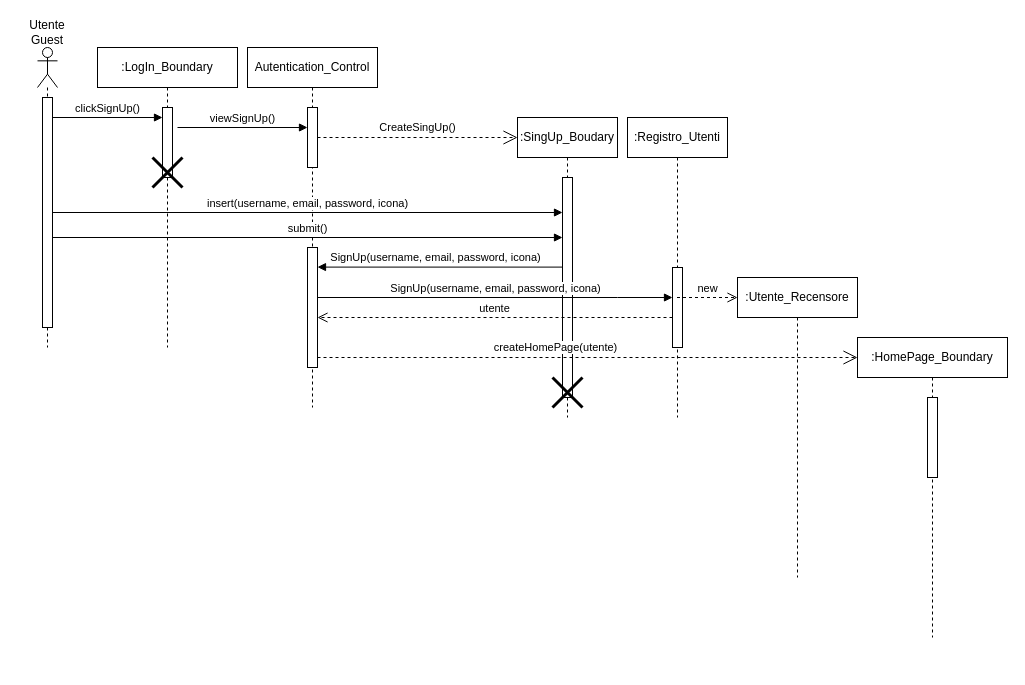
Earlier version of the draw.io diagram New Diagrams/Sequence Diagrams/UC07 SignUp.drawio (superfra01/Rated). Source tidied: cells renumbered, new cells numbered last; positions are measured from the earlier drawing's top-left corner, leaving out a move shared by most shapes. Both pictures are drawn from the tidied source at 100%, with x=0, y=0 at pixel (17, 17).
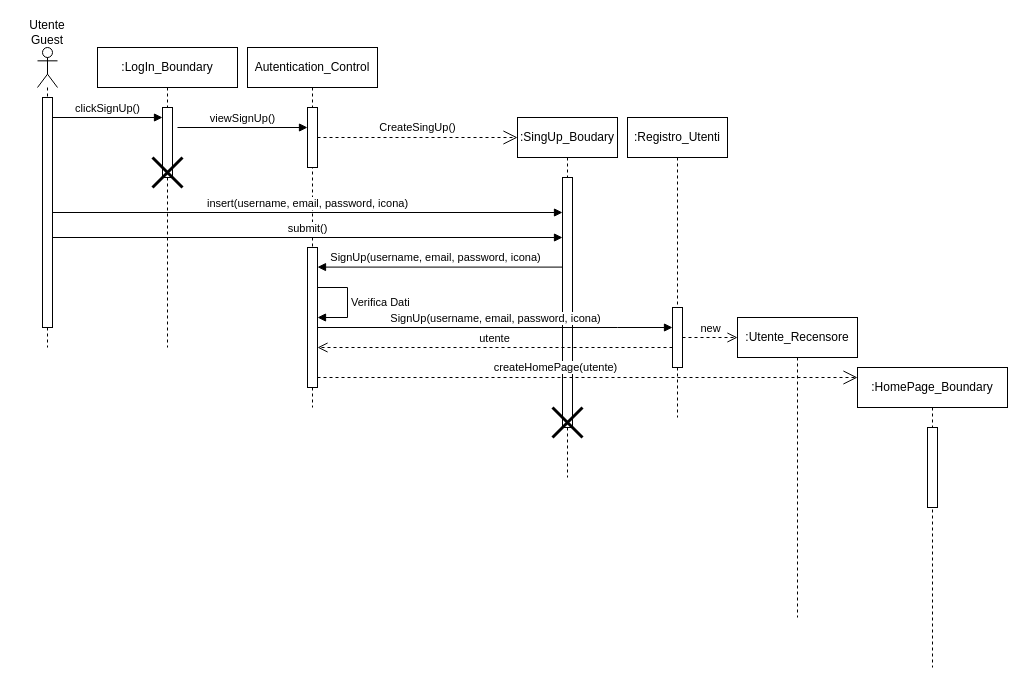
After the change.

The change refers to these unchanged cells:
```xml
<mxCell id="8" value="Autentication_Control" style="shape=umlLifeline;perimeter=lifelinePerimeter;whiteSpace=wrap;html=1;newEdgeStyle={&quot;curved&quot;:0,&quot;rounded&quot;:0};" parent="1" vertex="1">
  <mxGeometry x="230" y="30" width="130" height="360" as="geometry" />
</mxCell>
<mxCell id="20" value=":Registro_Utenti" style="shape=umlLifeline;perimeter=lifelinePerimeter;whiteSpace=wrap;html=1;outlineConnect=0;portConstraint=eastwest;newEdgeStyle={&quot;curved&quot;:0,&quot;rounded&quot;:0};" parent="1" vertex="1">
  <mxGeometry x="610" y="100" width="100" height="300" as="geometry" />
</mxCell>
```

Change to the diagram source:
```diff
@@
     <mxCell id="10" style="html=1;points=[[0,0,0,0,5],[0,1,0,0,-5],[1,0,0,0,5],[1,1,0,0,-5]];perimeter=orthogonalPerimeter;outlineConnect=0;targetShapes=umlLifeline;portConstraint=eastwest;newEdgeStyle={&quot;curved&quot;:0,&quot;rounded&quot;:0};" parent="8" vertex="1">
-      <mxGeometry x="60" y="200" width="10" height="120" as="geometry" />
+      <mxGeometry x="60" y="200" width="10" height="140" as="geometry" />
     </mxCell>
@@
     <mxCell id="13" value=":SingUp_Boudary" style="shape=umlLifeline;perimeter=lifelinePerimeter;whiteSpace=wrap;html=1;newEdgeStyle={&quot;curved&quot;:0,&quot;rounded&quot;:0};" parent="1" vertex="1">
-      <mxGeometry x="500" y="100" width="100" height="300" as="geometry" />
+      <mxGeometry x="500" y="100" width="100" height="360" as="geometry" />
     </mxCell>
     <mxCell id="14" style="html=1;points=[[0,0,0,0,5],[0,1,0,0,-5],[1,0,0,0,5],[1,1,0,0,-5]];perimeter=orthogonalPerimeter;outlineConnect=0;targetShapes=umlLifeline;portConstraint=eastwest;newEdgeStyle={&quot;curved&quot;:0,&quot;rounded&quot;:0};" parent="13" vertex="1">
-      <mxGeometry x="45" y="60" width="10" height="220" as="geometry" />
+      <mxGeometry x="45" y="60" width="10" height="250" as="geometry" />
     </mxCell>
     <mxCell id="15" style="shape=umlDestroy;whiteSpace=wrap;html=1;strokeWidth=3;targetShapes=umlLifeline;" parent="13" vertex="1">
-      <mxGeometry x="35" y="260" width="30" height="30" as="geometry" />
+      <mxGeometry x="35" y="290" width="30" height="30" as="geometry" />
     </mxCell>
@@
     <mxCell id="21" style="html=1;points=[[0,0,0,0,5],[0,1,0,0,-5],[1,0,0,0,5],[1,1,0,0,-5]];perimeter=orthogonalPerimeter;outlineConnect=0;targetShapes=umlLifeline;portConstraint=eastwest;newEdgeStyle={&quot;curved&quot;:0,&quot;rounded&quot;:0};" parent="20" vertex="1">
-      <mxGeometry x="45" y="150" width="10" height="80" as="geometry" />
+      <mxGeometry x="45" y="190" width="10" height="60" as="geometry" />
     </mxCell>
-    <mxCell id="22" value="SignUp(username, email, password, icona)" style="html=1;verticalAlign=bottom;endArrow=block;curved=0;rounded=0;" parent="1" edge="1" source="10" target="21">
+    <mxCell id="22" value="SignUp(username, email, password, icona)" style="html=1;verticalAlign=bottom;endArrow=block;curved=0;rounded=0;" parent="1" edge="1">
       <mxGeometry relative="1" as="geometry">
+        <mxPoint x="300" y="310" as="sourcePoint" />
+        <mxPoint x="655" y="310" as="targetPoint" />
         <Array as="points">
-          <mxPoint x="600" y="280" />
+          <mxPoint x="600" y="310" />
         </Array>
       </mxGeometry>
     </mxCell>
     <mxCell id="23" value=":HomePage_Boundary" style="shape=umlLifeline;perimeter=lifelinePerimeter;whiteSpace=wrap;html=1;newEdgeStyle={&quot;curved&quot;:0,&quot;rounded&quot;:0};" parent="1" vertex="1">
-      <mxGeometry x="840" y="320" width="150" height="300" as="geometry" />
+      <mxGeometry x="840" y="350" width="150" height="300" as="geometry" />
     </mxCell>
@@
     <mxCell id="25" value="utente" style="html=1;verticalAlign=bottom;endArrow=open;dashed=1;endSize=8;curved=0;rounded=0;" parent="1" edge="1">
       <mxGeometry relative="1" as="geometry">
-        <mxPoint x="655" y="300" as="sourcePoint" />
-        <mxPoint x="300" y="300" as="targetPoint" />
+        <mxPoint x="655" y="330" as="sourcePoint" />
+        <mxPoint x="300" y="330" as="targetPoint" />
       </mxGeometry>
     </mxCell>
     <mxCell id="26" value=":Utente_Recensore" style="shape=umlLifeline;perimeter=lifelinePerimeter;whiteSpace=wrap;html=1;newEdgeStyle={&quot;curved&quot;:0,&quot;rounded&quot;:0};" parent="1" vertex="1">
-      <mxGeometry x="720" y="260" width="120" height="300" as="geometry" />
+      <mxGeometry x="720" y="300" width="120" height="300" as="geometry" />
     </mxCell>
-    <mxCell id="27" value="new" style="html=1;verticalAlign=bottom;endArrow=open;dashed=1;endSize=8;curved=0;rounded=0;" parent="1" edge="1" source="20">
+    <mxCell id="27" value="new" style="html=1;verticalAlign=bottom;endArrow=open;dashed=1;endSize=8;curved=0;rounded=0;" parent="1" edge="1">
       <mxGeometry relative="1" as="geometry">
-        <mxPoint x="720" y="280" as="targetPoint" />
+        <mxPoint x="665" y="320" as="sourcePoint" />
+        <mxPoint x="720" y="320" as="targetPoint" />
       </mxGeometry>
     </mxCell>
     <mxCell id="28" value="createHomePage(utente)" style="endArrow=open;endSize=12;dashed=1;html=1;rounded=0;" parent="1" edge="1">
       <mxGeometry x="-0.12" y="10" relative="1" as="geometry">
-        <mxPoint x="300" y="340" as="sourcePoint" />
-        <mxPoint x="840" y="340" as="targetPoint" />
+        <mxPoint x="300" y="360" as="sourcePoint" />
+        <mxPoint x="840" y="360" as="targetPoint" />
       </mxGeometry>
     </mxCell>
@@
+    <mxCell id="30" value="Verifica Dati" style="html=1;align=left;spacingLeft=2;endArrow=block;rounded=0;edgeStyle=orthogonalEdgeStyle;curved=0;rounded=0;" parent="1" edge="1" target="10">
+      <mxGeometry relative="1" as="geometry">
+        <mxPoint x="300" y="270" as="sourcePoint" />
+        <Array as="points">
+          <mxPoint x="330" y="270" />
+          <mxPoint x="330" y="300" />
+        </Array>
+      </mxGeometry>
+    </mxCell>
```
